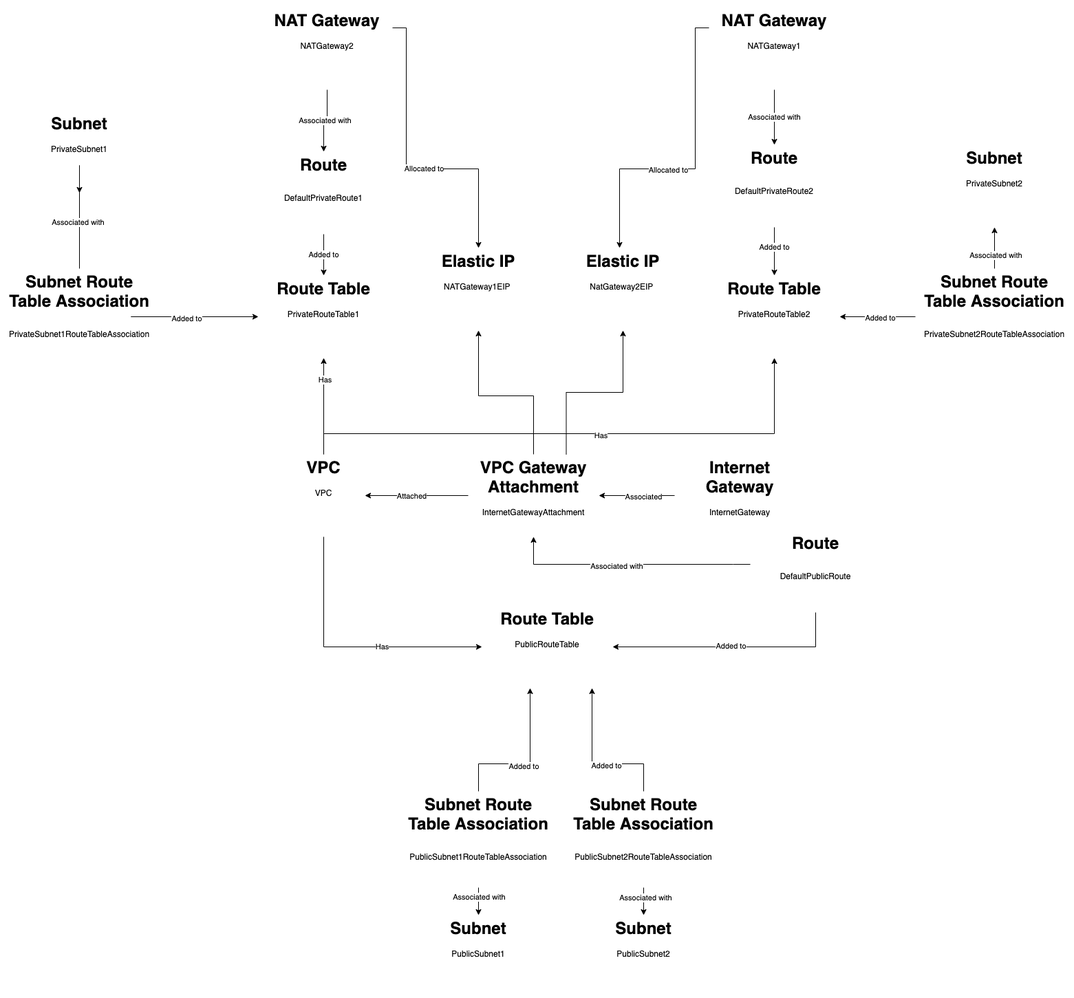
sebastianlzy/draw-io keeps this draw.io diagram as awesomebuilderIII -VPC Cloudformation.png. Above is the earlier version. Source tidied: cells renumbered, new cells last; positions are measured from the earlier drawing's top-left corner, leaving out a move shared by most shapes.
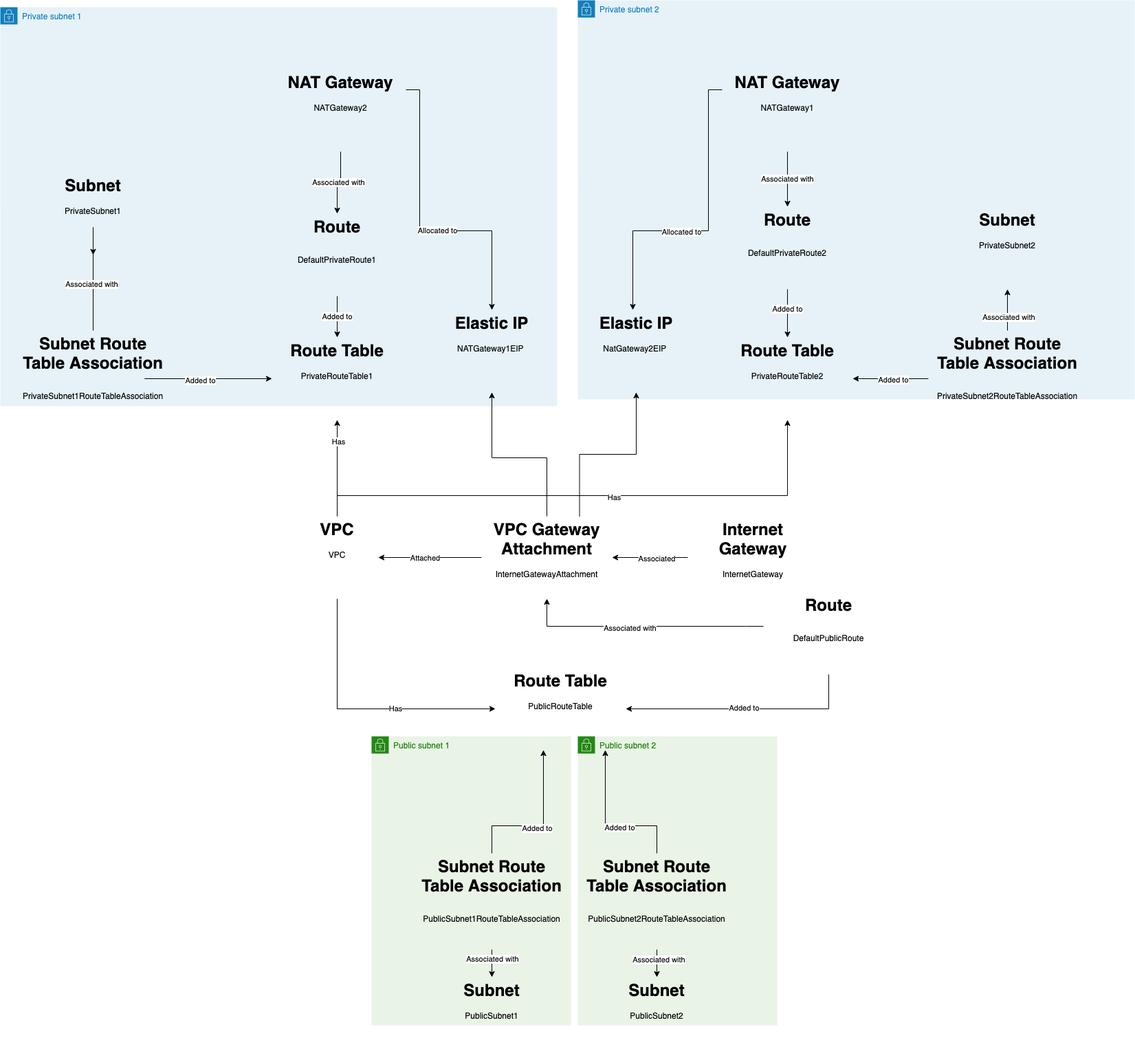
The same file after the commit.

What changed in the source:
```diff
@@ -2,6 +2,18 @@
   <root>
     <mxCell id="0" />
     <mxCell id="1" parent="0" />
+    <mxCell id="64" value="Public subnet 2" style="gradientColor=none;html=1;whiteSpace=wrap;fontSize=12;fontStyle=0;shape=mxgraph.aws4.group;grIcon=mxgraph.aws4.group_security_group;grStroke=0;strokeColor=#248814;fillColor=#E9F3E6;verticalAlign=top;align=left;spacingLeft=30;fontColor=#248814;dashed=0;" parent="1" vertex="1">
+      <mxGeometry x="820" y="970" width="290" height="420" as="geometry" />
+    </mxCell>
+    <mxCell id="65" value="Private subnet 2" style="gradientColor=none;html=1;whiteSpace=wrap;fontSize=12;fontStyle=0;shape=mxgraph.aws4.group;grIcon=mxgraph.aws4.group_security_group;grStroke=0;strokeColor=#147EBA;fillColor=#E6F2F8;verticalAlign=top;align=left;spacingLeft=30;fontColor=#147EBA;dashed=0;" parent="1" vertex="1">
+      <mxGeometry x="820" y="-100" width="810" height="580" as="geometry" />
+    </mxCell>
+    <mxCell id="66" value="Private subnet 1" style="gradientColor=none;html=1;whiteSpace=wrap;fontSize=12;fontStyle=0;shape=mxgraph.aws4.group;grIcon=mxgraph.aws4.group_security_group;grStroke=0;strokeColor=#147EBA;fillColor=#E6F2F8;verticalAlign=top;align=left;spacingLeft=30;fontColor=#147EBA;dashed=0;" parent="1" vertex="1">
+      <mxGeometry x="-20" y="-90" width="810" height="580" as="geometry" />
+    </mxCell>
+    <mxCell id="67" value="Public subnet 1" style="gradientColor=none;html=1;whiteSpace=wrap;fontSize=12;fontStyle=0;shape=mxgraph.aws4.group;grIcon=mxgraph.aws4.group_security_group;grStroke=0;strokeColor=#248814;fillColor=#E9F3E6;verticalAlign=top;align=left;spacingLeft=30;fontColor=#248814;dashed=0;" parent="1" vertex="1">
+      <mxGeometry x="520" y="970" width="290" height="420" as="geometry" />
+    </mxCell>
     <mxCell id="2" style="edgeStyle=orthogonalEdgeStyle;rounded=0;jettySize=auto;html=1;entryX=0;entryY=0.5;entryDx=0;entryDy=0;strokeColor=#000000;align=center;" parent="1" edge="1" source="8" target="35">
       <mxGeometry relative="1" as="geometry">
         <Array as="points">
```
